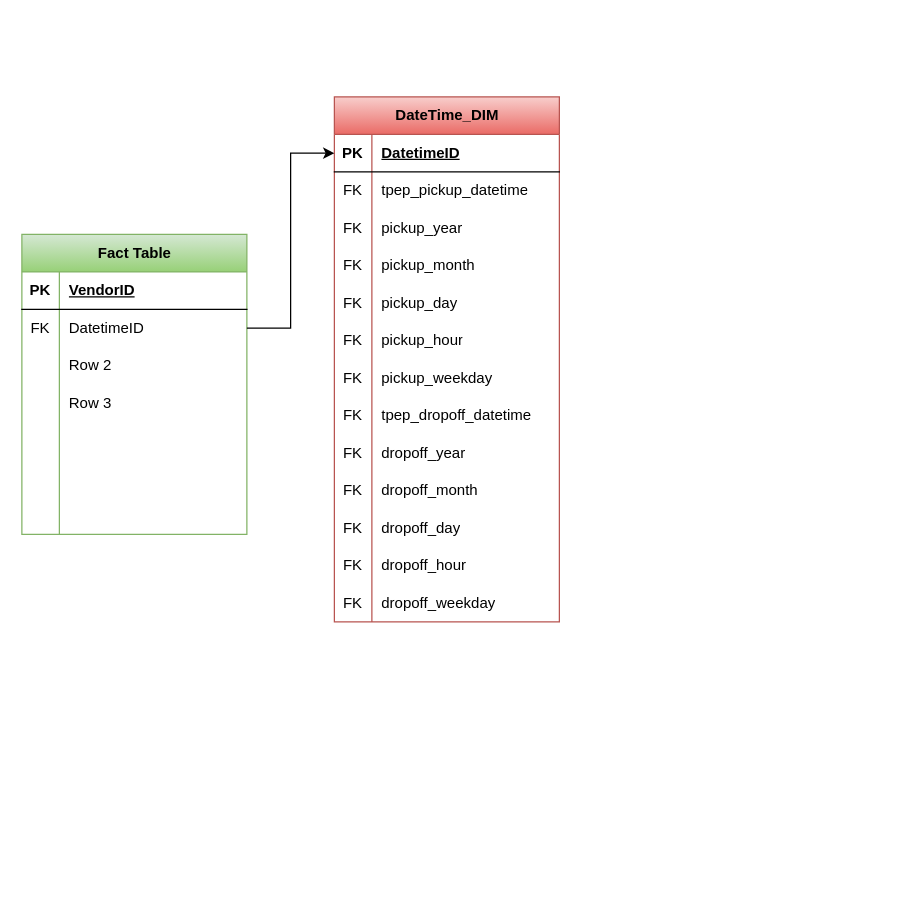
Before: Data Model diagram.drawio in IndianJohnnyDepp/NYTaxiProject, a draw.io diagram. Source tidied: cells renumbered, new cells numbered last; positions are measured from the earlier drawing's top-left corner, leaving out a move shared by most shapes. Both pictures are drawn from the tidied source at 125%, with x=0, y=0 at pixel (21, 96).
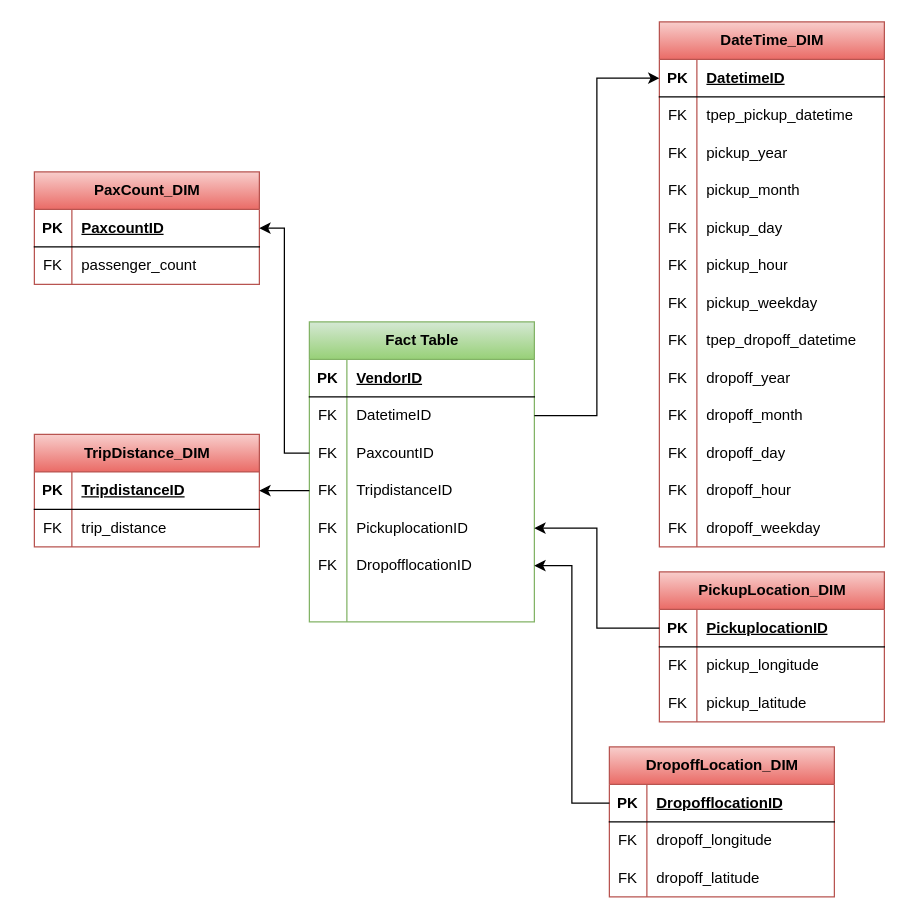
Above is the later version.

Unchanged cells that the change refers to:
```xml
<mxCell id="49" style="shape=tableRow;horizontal=0;startSize=0;swimlaneHead=0;swimlaneBody=0;fillColor=none;points=[[0,0.5],[1,0.5]];portConstraint=eastwest;top=0;left=0;right=0;bottom=0;" parent="42" vertex="1">
  <mxGeometry y="90" width="180" height="30" as="geometry" />
</mxCell>
<mxCell id="52" style="shape=tableRow;horizontal=0;startSize=0;swimlaneHead=0;swimlaneBody=0;fillColor=none;points=[[0,0.5],[1,0.5]];portConstraint=eastwest;top=0;left=0;right=0;bottom=0;" parent="42" vertex="1">
  <mxGeometry y="120" width="180" height="30" as="geometry" />
</mxCell>
<mxCell id="55" style="shape=tableRow;horizontal=0;startSize=0;swimlaneHead=0;swimlaneBody=0;fillColor=none;points=[[0,0.5],[1,0.5]];portConstraint=eastwest;top=0;left=0;right=0;bottom=0;" parent="42" vertex="1">
  <mxGeometry y="150" width="180" height="30" as="geometry" />
</mxCell>
<mxCell id="58" style="shape=tableRow;horizontal=0;startSize=0;swimlaneHead=0;swimlaneBody=0;fillColor=none;points=[[0,0.5],[1,0.5]];portConstraint=eastwest;top=0;left=0;right=0;bottom=0;" parent="42" vertex="1">
  <mxGeometry y="180" width="180" height="30" as="geometry" />
</mxCell>
```

The edit, as a diff of the source:
```diff
@@
     <mxCell id="2" value="&lt;font style=&quot;&quot;&gt;DateTime_DIM&lt;/font&gt;" style="shape=table;startSize=30;childLayout=tableLayout;rowLines=0;fontStyle=1;align=center;html=1;fillColor=#f8cecc;strokeColor=#b85450;labelBackgroundColor=none;gradientColor=#ea6b66;" parent="1" vertex="1">
-      <mxGeometry x="250" width="180" height="420" as="geometry" />
+      <mxGeometry x="510" y="-60" width="180" height="420" as="geometry" />
     </mxCell>
@@
     <mxCell id="42" value="Fact Table" style="shape=table;startSize=30;childLayout=tableLayout;rowLines=0;fontStyle=1;align=center;html=1;fillColor=#d5e8d4;gradientColor=#97d077;strokeColor=#82b366;" parent="1" vertex="1">
-      <mxGeometry y="110" width="180" height="240" as="geometry" />
+      <mxGeometry x="230" y="180" width="180" height="240" as="geometry" />
     </mxCell>
@@
-    <mxCell id="50" style="shape=partialRectangle;fillColor=none;top=0;left=0;bottom=0;right=0;overflow=hidden;whiteSpace=wrap;html=1;" parent="49" vertex="1">
+    <mxCell id="50" value="FK" style="shape=partialRectangle;fillColor=none;top=0;left=0;bottom=0;right=0;overflow=hidden;whiteSpace=wrap;html=1;" parent="49" vertex="1">
       <mxGeometry width="30" height="30" as="geometry" />
     </mxCell>
-    <mxCell id="51" value="Row 2" style="shape=partialRectangle;fillColor=none;top=0;left=0;bottom=0;right=0;align=left;spacingLeft=6;overflow=hidden;whiteSpace=wrap;html=1;" parent="49" vertex="1">
+    <mxCell id="51" value="PaxcountID" style="shape=partialRectangle;fillColor=none;top=0;left=0;bottom=0;right=0;align=left;spacingLeft=6;overflow=hidden;whiteSpace=wrap;html=1;" parent="49" vertex="1">
       <mxGeometry x="30" width="150" height="30" as="geometry" />
     </mxCell>
@@
-    <mxCell id="53" style="shape=partialRectangle;fillColor=none;top=0;left=0;bottom=0;right=0;overflow=hidden;whiteSpace=wrap;html=1;" parent="52" vertex="1">
+    <mxCell id="53" value="FK" style="shape=partialRectangle;fillColor=none;top=0;left=0;bottom=0;right=0;overflow=hidden;whiteSpace=wrap;html=1;" parent="52" vertex="1">
       <mxGeometry width="30" height="30" as="geometry" />
     </mxCell>
-    <mxCell id="54" value="Row 3" style="shape=partialRectangle;fillColor=none;top=0;left=0;bottom=0;right=0;align=left;spacingLeft=6;overflow=hidden;whiteSpace=wrap;html=1;" parent="52" vertex="1">
+    <mxCell id="54" value="TripdistanceID" style="shape=partialRectangle;fillColor=none;top=0;left=0;bottom=0;right=0;align=left;spacingLeft=6;overflow=hidden;whiteSpace=wrap;html=1;" parent="52" vertex="1">
       <mxGeometry x="30" width="150" height="30" as="geometry" />
     </mxCell>
@@
-    <mxCell id="56" style="shape=partialRectangle;fillColor=none;top=0;left=0;bottom=0;right=0;overflow=hidden;whiteSpace=wrap;html=1;" parent="55" vertex="1">
+    <mxCell id="56" value="FK" style="shape=partialRectangle;fillColor=none;top=0;left=0;bottom=0;right=0;overflow=hidden;whiteSpace=wrap;html=1;" parent="55" vertex="1">
       <mxGeometry width="30" height="30" as="geometry" />
     </mxCell>
-    <mxCell id="57" style="shape=partialRectangle;fillColor=none;top=0;left=0;bottom=0;right=0;align=left;spacingLeft=6;overflow=hidden;whiteSpace=wrap;html=1;" parent="55" vertex="1">
+    <mxCell id="57" value="PickuplocationID" style="shape=partialRectangle;fillColor=none;top=0;left=0;bottom=0;right=0;align=left;spacingLeft=6;overflow=hidden;whiteSpace=wrap;html=1;" parent="55" vertex="1">
       <mxGeometry x="30" width="150" height="30" as="geometry" />
     </mxCell>
@@
-    <mxCell id="59" style="shape=partialRectangle;fillColor=none;top=0;left=0;bottom=0;right=0;overflow=hidden;whiteSpace=wrap;html=1;" parent="58" vertex="1">
+    <mxCell id="59" value="FK" style="shape=partialRectangle;fillColor=none;top=0;left=0;bottom=0;right=0;overflow=hidden;whiteSpace=wrap;html=1;" parent="58" vertex="1">
       <mxGeometry width="30" height="30" as="geometry" />
     </mxCell>
-    <mxCell id="60" style="shape=partialRectangle;fillColor=none;top=0;left=0;bottom=0;right=0;align=left;spacingLeft=6;overflow=hidden;whiteSpace=wrap;html=1;" parent="58" vertex="1">
+    <mxCell id="60" value="DropofflocationID" style="shape=partialRectangle;fillColor=none;top=0;left=0;bottom=0;right=0;align=left;spacingLeft=6;overflow=hidden;whiteSpace=wrap;html=1;" parent="58" vertex="1">
       <mxGeometry x="30" width="150" height="30" as="geometry" />
     </mxCell>
@@
+    <mxCell id="65" value="&lt;font style=&quot;&quot;&gt;PaxCount_DIM&lt;/font&gt;" style="shape=table;startSize=30;childLayout=tableLayout;rowLines=0;fontStyle=1;align=center;html=1;fillColor=#f8cecc;strokeColor=#b85450;labelBackgroundColor=none;gradientColor=#ea6b66;" parent="1" vertex="1">
+      <mxGeometry x="10" y="60" width="180" height="90" as="geometry" />
+    </mxCell>
+    <mxCell id="66" style="shape=tableRow;horizontal=0;startSize=0;swimlaneHead=0;swimlaneBody=0;fillColor=none;points=[[0,0.5],[1,0.5]];portConstraint=eastwest;top=0;left=0;right=0;bottom=1;" parent="65" vertex="1">
+      <mxGeometry y="30" width="180" height="30" as="geometry" />
+    </mxCell>
+    <mxCell id="67" value="PK" style="shape=partialRectangle;fillColor=none;top=0;left=0;bottom=0;right=0;fontStyle=1;overflow=hidden;whiteSpace=wrap;html=1;" parent="66" vertex="1">
+      <mxGeometry width="30" height="30" as="geometry" />
+    </mxCell>
+    <mxCell id="68" value="PaxcountID" style="shape=partialRectangle;fillColor=none;top=0;left=0;bottom=0;right=0;align=left;spacingLeft=6;fontStyle=5;overflow=hidden;whiteSpace=wrap;html=1;" parent="66" vertex="1">
+      <mxGeometry x="30" width="150" height="30" as="geometry" />
+    </mxCell>
+    <mxCell id="69" style="shape=tableRow;horizontal=0;startSize=0;swimlaneHead=0;swimlaneBody=0;fillColor=none;top=0;left=0;right=0;bottom=0;" parent="65" vertex="1">
+      <mxGeometry y="60" width="180" height="30" as="geometry" />
+    </mxCell>
+    <mxCell id="70" value="FK" style="shape=partialRectangle;fillColor=none;top=0;left=0;bottom=0;right=0;overflow=hidden;whiteSpace=wrap;html=1;" parent="69" vertex="1">
+      <mxGeometry width="30" height="30" as="geometry" />
+    </mxCell>
+    <mxCell id="71" value="passenger_count" style="shape=partialRectangle;fillColor=none;top=0;left=0;bottom=0;right=0;align=left;spacingLeft=6;overflow=hidden;whiteSpace=wrap;html=1;" parent="69" vertex="1">
+      <mxGeometry x="30" width="150" height="30" as="geometry" />
+    </mxCell>
+    <mxCell id="72" style="edgeStyle=orthogonalEdgeStyle;rounded=0;jettySize=auto;html=1;exitX=0;exitY=0.5;exitDx=0;exitDy=0;entryX=1;entryY=0.5;entryDx=0;entryDy=0;" parent="1" edge="1" source="49" target="66">
+      <mxGeometry relative="1" as="geometry" />
+    </mxCell>
+    <mxCell id="73" value="&lt;font style=&quot;&quot;&gt;TripDistance_DIM&lt;/font&gt;" style="shape=table;startSize=30;childLayout=tableLayout;rowLines=0;fontStyle=1;align=center;html=1;fillColor=#f8cecc;strokeColor=#b85450;labelBackgroundColor=none;gradientColor=#ea6b66;" parent="1" vertex="1">
+      <mxGeometry x="10" y="270" width="180" height="90" as="geometry" />
+    </mxCell>
+    <mxCell id="74" style="shape=tableRow;horizontal=0;startSize=0;swimlaneHead=0;swimlaneBody=0;fillColor=none;points=[[0,0.5],[1,0.5]];portConstraint=eastwest;top=0;left=0;right=0;bottom=1;" parent="73" vertex="1">
+      <mxGeometry y="30" width="180" height="30" as="geometry" />
+    </mxCell>
+    <mxCell id="75" value="PK" style="shape=partialRectangle;fillColor=none;top=0;left=0;bottom=0;right=0;fontStyle=1;overflow=hidden;whiteSpace=wrap;html=1;" parent="74" vertex="1">
+      <mxGeometry width="30" height="30" as="geometry" />
+    </mxCell>
+    <mxCell id="76" value="TripdistanceID" style="shape=partialRectangle;fillColor=none;top=0;left=0;bottom=0;right=0;align=left;spacingLeft=6;fontStyle=5;overflow=hidden;whiteSpace=wrap;html=1;" parent="74" vertex="1">
+      <mxGeometry x="30" width="150" height="30" as="geometry" />
+    </mxCell>
+    <mxCell id="77" style="shape=tableRow;horizontal=0;startSize=0;swimlaneHead=0;swimlaneBody=0;fillColor=none;top=0;left=0;right=0;bottom=0;" parent="73" vertex="1">
+      <mxGeometry y="60" width="180" height="30" as="geometry" />
+    </mxCell>
+    <mxCell id="78" value="FK" style="shape=partialRectangle;fillColor=none;top=0;left=0;bottom=0;right=0;overflow=hidden;whiteSpace=wrap;html=1;" parent="77" vertex="1">
+      <mxGeometry width="30" height="30" as="geometry" />
+    </mxCell>
+    <mxCell id="79" value="trip_distance" style="shape=partialRectangle;fillColor=none;top=0;left=0;bottom=0;right=0;align=left;spacingLeft=6;overflow=hidden;whiteSpace=wrap;html=1;" parent="77" vertex="1">
+      <mxGeometry x="30" width="150" height="30" as="geometry" />
+    </mxCell>
+    <mxCell id="80" style="edgeStyle=orthogonalEdgeStyle;rounded=0;jettySize=auto;html=1;exitX=0;exitY=0.5;exitDx=0;exitDy=0;entryX=1;entryY=0.5;entryDx=0;entryDy=0;" parent="1" edge="1" source="52" target="74">
+      <mxGeometry relative="1" as="geometry" />
+    </mxCell>
+    <mxCell id="81" value="&lt;font style=&quot;&quot;&gt;PickupLocation_DIM&lt;/font&gt;" style="shape=table;startSize=30;childLayout=tableLayout;rowLines=0;fontStyle=1;align=center;html=1;fillColor=#f8cecc;strokeColor=#b85450;labelBackgroundColor=none;gradientColor=#ea6b66;" parent="1" vertex="1">
+      <mxGeometry x="510" y="380" width="180" height="120" as="geometry" />
+    </mxCell>
+    <mxCell id="82" style="shape=tableRow;horizontal=0;startSize=0;swimlaneHead=0;swimlaneBody=0;fillColor=none;points=[[0,0.5],[1,0.5]];portConstraint=eastwest;top=0;left=0;right=0;bottom=1;" parent="81" vertex="1">
+      <mxGeometry y="30" width="180" height="30" as="geometry" />
+    </mxCell>
+    <mxCell id="83" value="PK" style="shape=partialRectangle;fillColor=none;top=0;left=0;bottom=0;right=0;fontStyle=1;overflow=hidden;whiteSpace=wrap;html=1;" parent="82" vertex="1">
+      <mxGeometry width="30" height="30" as="geometry" />
+    </mxCell>
+    <mxCell id="84" value="PickuplocationID" style="shape=partialRectangle;fillColor=none;top=0;left=0;bottom=0;right=0;align=left;spacingLeft=6;fontStyle=5;overflow=hidden;whiteSpace=wrap;html=1;" parent="82" vertex="1">
+      <mxGeometry x="30" width="150" height="30" as="geometry" />
+    </mxCell>
+    <mxCell id="85" style="shape=tableRow;horizontal=0;startSize=0;swimlaneHead=0;swimlaneBody=0;fillColor=none;top=0;left=0;right=0;bottom=0;" parent="81" vertex="1">
+      <mxGeometry y="60" width="180" height="30" as="geometry" />
+    </mxCell>
+    <mxCell id="86" value="FK" style="shape=partialRectangle;fillColor=none;top=0;left=0;bottom=0;right=0;overflow=hidden;whiteSpace=wrap;html=1;" parent="85" vertex="1">
+      <mxGeometry width="30" height="30" as="geometry" />
+    </mxCell>
+    <mxCell id="87" value="pickup_longitude" style="shape=partialRectangle;fillColor=none;top=0;left=0;bottom=0;right=0;align=left;spacingLeft=6;overflow=hidden;whiteSpace=wrap;html=1;" parent="85" vertex="1">
+      <mxGeometry x="30" width="150" height="30" as="geometry" />
+    </mxCell>
+    <mxCell id="88" style="shape=tableRow;horizontal=0;startSize=0;swimlaneHead=0;swimlaneBody=0;fillColor=none;top=0;left=0;right=0;bottom=0;" parent="81" vertex="1">
+      <mxGeometry y="90" width="180" height="30" as="geometry" />
+    </mxCell>
+    <mxCell id="89" value="FK" style="shape=partialRectangle;fillColor=none;top=0;left=0;bottom=0;right=0;overflow=hidden;whiteSpace=wrap;html=1;" parent="88" vertex="1">
+      <mxGeometry width="30" height="30" as="geometry" />
+    </mxCell>
+    <mxCell id="90" value="pickup_latitude" style="shape=partialRectangle;fillColor=none;top=0;left=0;bottom=0;right=0;align=left;spacingLeft=6;overflow=hidden;whiteSpace=wrap;html=1;" parent="88" vertex="1">
+      <mxGeometry x="30" width="150" height="30" as="geometry" />
+    </mxCell>
+    <mxCell id="91" style="edgeStyle=orthogonalEdgeStyle;rounded=0;jettySize=auto;html=1;exitX=0;exitY=0.5;exitDx=0;exitDy=0;entryX=1;entryY=0.5;entryDx=0;entryDy=0;" parent="1" edge="1" source="82" target="55">
+      <mxGeometry relative="1" as="geometry" />
+    </mxCell>
+    <mxCell id="92" value="&lt;font style=&quot;&quot;&gt;DropoffLocation_DIM&lt;/font&gt;" style="shape=table;startSize=30;childLayout=tableLayout;rowLines=0;fontStyle=1;align=center;html=1;fillColor=#f8cecc;strokeColor=#b85450;labelBackgroundColor=none;gradientColor=#ea6b66;" parent="1" vertex="1">
+      <mxGeometry x="470" y="520" width="180" height="120" as="geometry" />
+    </mxCell>
+    <mxCell id="93" style="shape=tableRow;horizontal=0;startSize=0;swimlaneHead=0;swimlaneBody=0;fillColor=none;points=[[0,0.5],[1,0.5]];portConstraint=eastwest;top=0;left=0;right=0;bottom=1;" parent="92" vertex="1">
+      <mxGeometry y="30" width="180" height="30" as="geometry" />
+    </mxCell>
+    <mxCell id="94" value="PK" style="shape=partialRectangle;fillColor=none;top=0;left=0;bottom=0;right=0;fontStyle=1;overflow=hidden;whiteSpace=wrap;html=1;" parent="93" vertex="1">
+      <mxGeometry width="30" height="30" as="geometry" />
+    </mxCell>
+    <mxCell id="95" value="DropofflocationID" style="shape=partialRectangle;fillColor=none;top=0;left=0;bottom=0;right=0;align=left;spacingLeft=6;fontStyle=5;overflow=hidden;whiteSpace=wrap;html=1;" parent="93" vertex="1">
+      <mxGeometry x="30" width="150" height="30" as="geometry" />
+    </mxCell>
+    <mxCell id="96" style="shape=tableRow;horizontal=0;startSize=0;swimlaneHead=0;swimlaneBody=0;fillColor=none;top=0;left=0;right=0;bottom=0;" parent="92" vertex="1">
+      <mxGeometry y="60" width="180" height="30" as="geometry" />
+    </mxCell>
+    <mxCell id="97" value="FK" style="shape=partialRectangle;fillColor=none;top=0;left=0;bottom=0;right=0;overflow=hidden;whiteSpace=wrap;html=1;" parent="96" vertex="1">
+      <mxGeometry width="30" height="30" as="geometry" />
+    </mxCell>
+    <mxCell id="98" value="dropoff_longitude" style="shape=partialRectangle;fillColor=none;top=0;left=0;bottom=0;right=0;align=left;spacingLeft=6;overflow=hidden;whiteSpace=wrap;html=1;" parent="96" vertex="1">
+      <mxGeometry x="30" width="150" height="30" as="geometry" />
+    </mxCell>
+    <mxCell id="99" style="shape=tableRow;horizontal=0;startSize=0;swimlaneHead=0;swimlaneBody=0;fillColor=none;top=0;left=0;right=0;bottom=0;" parent="92" vertex="1">
+      <mxGeometry y="90" width="180" height="30" as="geometry" />
+    </mxCell>
+    <mxCell id="100" value="FK" style="shape=partialRectangle;fillColor=none;top=0;left=0;bottom=0;right=0;overflow=hidden;whiteSpace=wrap;html=1;" parent="99" vertex="1">
+      <mxGeometry width="30" height="30" as="geometry" />
+    </mxCell>
+    <mxCell id="101" value="dropoff_latitude" style="shape=partialRectangle;fillColor=none;top=0;left=0;bottom=0;right=0;align=left;spacingLeft=6;overflow=hidden;whiteSpace=wrap;html=1;" parent="99" vertex="1">
+      <mxGeometry x="30" width="150" height="30" as="geometry" />
+    </mxCell>
+    <mxCell id="102" style="edgeStyle=orthogonalEdgeStyle;rounded=0;jettySize=auto;html=1;exitX=0;exitY=0.5;exitDx=0;exitDy=0;entryX=1;entryY=0.5;entryDx=0;entryDy=0;" parent="1" edge="1" source="93" target="58">
+      <mxGeometry relative="1" as="geometry" />
+    </mxCell>
```
